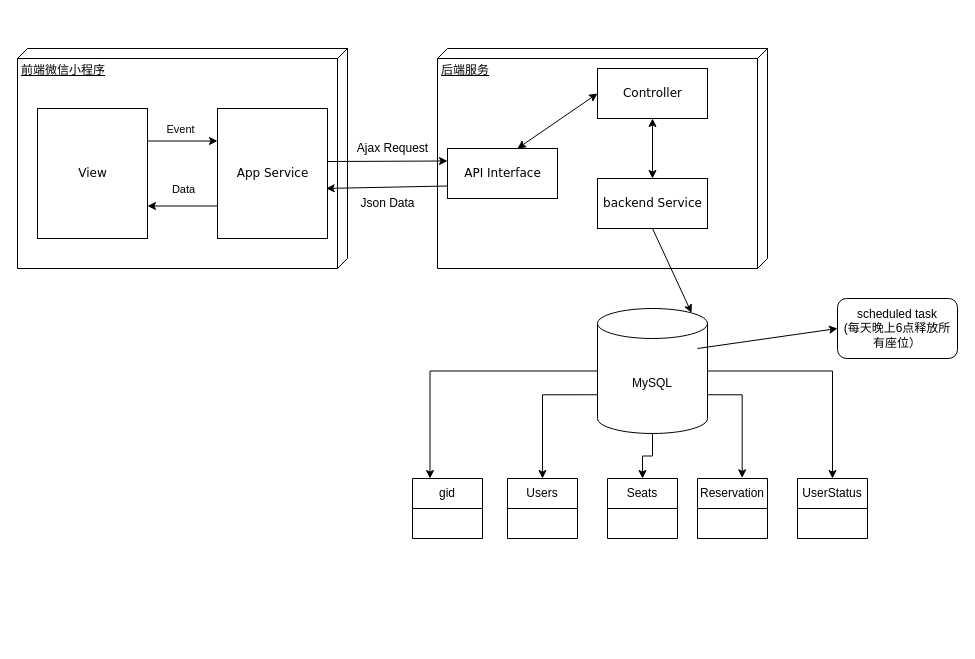
Above: 20240409.drawio in UMkevin/advanced-java (draw.io), before the change. Source tidied: cells renumbered, new cells numbered last; positions are measured from the earlier drawing's top-left corner, leaving out a move shared by most shapes. Both pictures are drawn from the tidied source at 100%, with x=0, y=0 at pixel (17, 48).
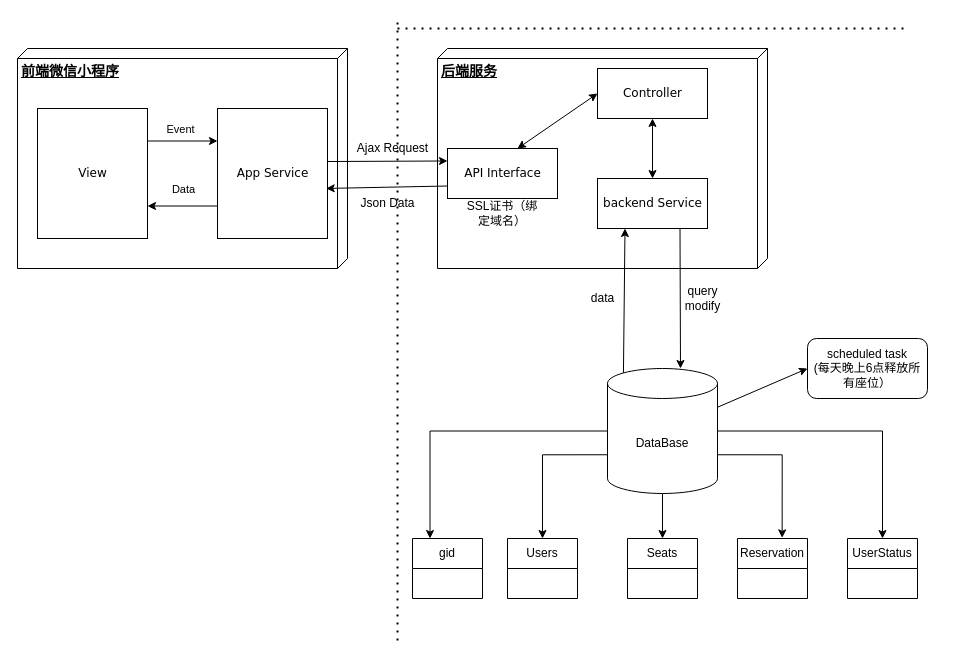
The same diagram, later.

Unchanged cells that the change refers to:
```xml
<mxCell id="18" value="backend Service" style="html=1;rounded=0;shadow=0;comic=0;labelBackgroundColor=none;strokeWidth=1;fontFamily=Verdana;fontSize=12;align=center;" parent="1" vertex="1">
  <mxGeometry x="580" y="130" width="110" height="50" as="geometry" />
</mxCell>
```

Change to the diagram source:
```diff
@@
-    <mxCell id="2" value="前端微信小程序" style="verticalAlign=top;align=left;spacingTop=8;spacingLeft=2;spacingRight=12;shape=cube;size=10;direction=south;fontStyle=4;html=1;rounded=0;shadow=0;comic=0;labelBackgroundColor=none;strokeWidth=1;fontFamily=Verdana;fontSize=12;" parent="1" vertex="1">
+    <mxCell id="2" value="&lt;b&gt;&lt;font style=&quot;font-size: 14px;&quot;&gt;前端微信小程序&lt;/font&gt;&lt;/b&gt;" style="verticalAlign=top;align=left;spacingTop=8;spacingLeft=2;spacingRight=12;shape=cube;size=10;direction=south;fontStyle=4;html=1;rounded=0;shadow=0;comic=0;labelBackgroundColor=none;strokeWidth=1;fontFamily=Verdana;fontSize=12;" parent="1" vertex="1">
       <mxGeometry width="330" height="220" as="geometry" />
     </mxCell>
-    <mxCell id="3" value="后端服务" style="verticalAlign=top;align=left;spacingTop=8;spacingLeft=2;spacingRight=12;shape=cube;size=10;direction=south;fontStyle=4;html=1;rounded=0;shadow=0;comic=0;labelBackgroundColor=none;strokeWidth=1;fontFamily=Verdana;fontSize=12;" parent="1" vertex="1">
+    <mxCell id="3" value="&lt;b&gt;&lt;font style=&quot;font-size: 14px;&quot;&gt;后端服务&lt;/font&gt;&lt;/b&gt;" style="verticalAlign=top;align=left;spacingTop=8;spacingLeft=2;spacingRight=12;shape=cube;size=10;direction=south;fontStyle=4;html=1;rounded=0;shadow=0;comic=0;labelBackgroundColor=none;strokeWidth=1;fontFamily=Verdana;fontSize=12;" parent="1" vertex="1">
       <mxGeometry x="420" width="330" height="220" as="geometry" />
     </mxCell>
@@
-    <mxCell id="15" value="MySQL" style="shape=cylinder3;whiteSpace=wrap;html=1;boundedLbl=1;backgroundOutline=1;size=15;" parent="1" vertex="1">
-      <mxGeometry x="580" y="260" width="110" height="125" as="geometry" />
+    <mxCell id="15" value="DataBase" style="shape=cylinder3;whiteSpace=wrap;html=1;boundedLbl=1;backgroundOutline=1;size=15;" parent="1" vertex="1">
+      <mxGeometry x="590" y="320" width="110" height="125" as="geometry" />
     </mxCell>
     <mxCell id="16" value="gid" style="swimlane;fontStyle=0;horizontal=1;startSize=30;whiteSpace=wrap;html=1;" parent="1" vertex="1">
-      <mxGeometry x="395" y="430" width="70" height="60" as="geometry" />
+      <mxGeometry x="395" y="490" width="70" height="60" as="geometry" />
     </mxCell>
@@
     <mxCell id="25" value="Users" style="swimlane;fontStyle=0;horizontal=1;startSize=30;whiteSpace=wrap;html=1;" parent="1" vertex="1">
-      <mxGeometry x="490" y="430" width="70" height="60" as="geometry" />
+      <mxGeometry x="490" y="490" width="70" height="60" as="geometry" />
     </mxCell>
     <mxCell id="26" value="Seats" style="swimlane;fontStyle=0;horizontal=1;startSize=30;whiteSpace=wrap;html=1;" parent="1" vertex="1">
-      <mxGeometry x="590" y="430" width="70" height="60" as="geometry" />
+      <mxGeometry x="610" y="490" width="70" height="60" as="geometry" />
     </mxCell>
     <mxCell id="27" value="Reservation" style="swimlane;fontStyle=0;horizontal=1;startSize=30;whiteSpace=wrap;html=1;" parent="1" vertex="1">
-      <mxGeometry x="680" y="430" width="70" height="60" as="geometry" />
+      <mxGeometry x="720" y="490" width="70" height="60" as="geometry" />
     </mxCell>
     <mxCell id="28" value="UserStatus" style="swimlane;fontStyle=0;horizontal=1;startSize=30;whiteSpace=wrap;html=1;" parent="1" vertex="1">
-      <mxGeometry x="780" y="430" width="70" height="60" as="geometry" />
+      <mxGeometry x="830" y="490" width="70" height="60" as="geometry" />
     </mxCell>
@@
     <mxCell id="30" value="scheduled task&lt;div&gt;(每天晚上6点释放所有座位）&lt;/div&gt;" style="rounded=1;whiteSpace=wrap;html=1;" parent="1" vertex="1">
-      <mxGeometry x="820" y="250" width="120" height="60" as="geometry" />
+      <mxGeometry x="790" y="290" width="120" height="60" as="geometry" />
     </mxCell>
-    <mxCell id="31" style="endArrow=classic;html=1;rounded=0;entryX=0;entryY=0.5;entryDx=0;entryDy=0;" parent="1" edge="1" target="30">
-      <mxGeometry relative="1" as="geometry">
-        <mxPoint x="680" y="300" as="sourcePoint" />
-      </mxGeometry>
+    <mxCell id="31" style="endArrow=classic;html=1;rounded=0;entryX=0;entryY=0.5;entryDx=0;entryDy=0;exitX=1;exitY=0;exitDx=0;exitDy=38.75;exitPerimeter=0;" parent="1" edge="1" source="15" target="30">
+      <mxGeometry relative="1" as="geometry" />
     </mxCell>
-    <mxCell id="32" style="endArrow=classic;html=1;rounded=0;exitX=0.5;exitY=1;exitDx=0;exitDy=0;entryX=0.855;entryY=0;entryDx=0;entryDy=4.35;entryPerimeter=0;" parent="1" edge="1" source="18" target="15">
-      <mxGeometry relative="1" as="geometry" />
-    </mxCell>
+    <mxCell id="33" style="endArrow=classic;html=1;rounded=0;exitX=0.75;exitY=1;exitDx=0;exitDy=0;" parent="1" edge="1" source="18">
+      <mxGeometry relative="1" as="geometry">
+        <mxPoint x="663" y="320" as="targetPoint" />
+      </mxGeometry>
+    </mxCell>
+    <mxCell id="34" style="endArrow=classic;html=1;rounded=0;exitX=0.145;exitY=0;exitDx=0;exitDy=4.35;exitPerimeter=0;entryX=0.25;entryY=1;entryDx=0;entryDy=0;" parent="1" edge="1" source="15" target="18">
+      <mxGeometry relative="1" as="geometry" />
+    </mxCell>
+    <mxCell id="35" style="endArrow=none;dashed=1;html=1;dashPattern=1 3;strokeWidth=2;rounded=0;" parent="1" edge="1">
+      <mxGeometry relative="1" as="geometry">
+        <mxPoint x="380" y="592" as="sourcePoint" />
+        <mxPoint x="380" y="-30" as="targetPoint" />
+      </mxGeometry>
+    </mxCell>
+    <mxCell id="36" style="endArrow=none;dashed=1;html=1;dashPattern=1 3;strokeWidth=2;rounded=0;" parent="1" edge="1">
+      <mxGeometry relative="1" as="geometry">
+        <mxPoint x="380" y="-20" as="sourcePoint" />
+        <mxPoint x="890" y="-20" as="targetPoint" />
+      </mxGeometry>
+    </mxCell>
+    <mxCell id="37" value="SSL证书（绑定域名）" style="text;html=1;align=center;verticalAlign=middle;whiteSpace=wrap;rounded=0;" parent="1" vertex="1">
+      <mxGeometry x="445" y="150" width="80" height="30" as="geometry" />
+    </mxCell>
+    <mxCell id="38" value="query&lt;div&gt;modify&lt;/div&gt;" style="text;html=1;align=center;verticalAlign=middle;strokeColor=none;fillColor=none;" parent="1" vertex="1">
+      <mxGeometry x="655" y="230" width="60" height="40" as="geometry" />
+    </mxCell>
+    <mxCell id="39" value="data" style="text;html=1;align=center;verticalAlign=middle;strokeColor=none;fillColor=none;" parent="1" vertex="1">
+      <mxGeometry x="560" y="235" width="50" height="30" as="geometry" />
+    </mxCell>
```
